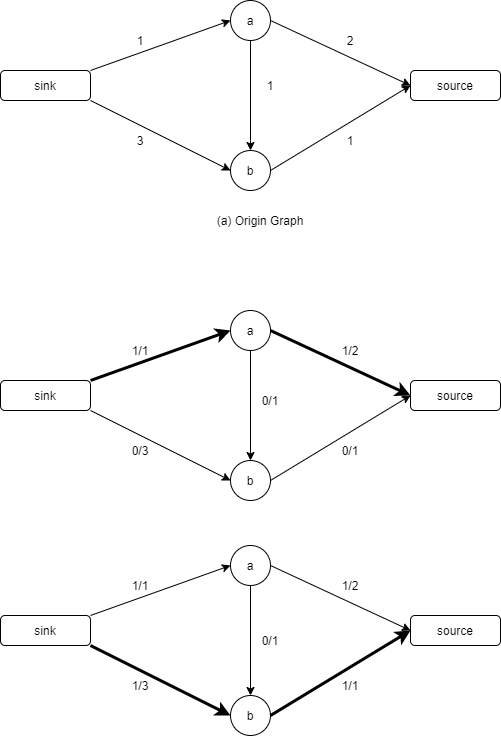
Before: assets/images/algorithm/ford-fulkerson.png, a diagram exported from draw.io (stalker5217/stalker5217.github.io). Source tidied: cells renumbered, new cells last; positions are measured from the earlier drawing's top-left corner, leaving out a move shared by most shapes.
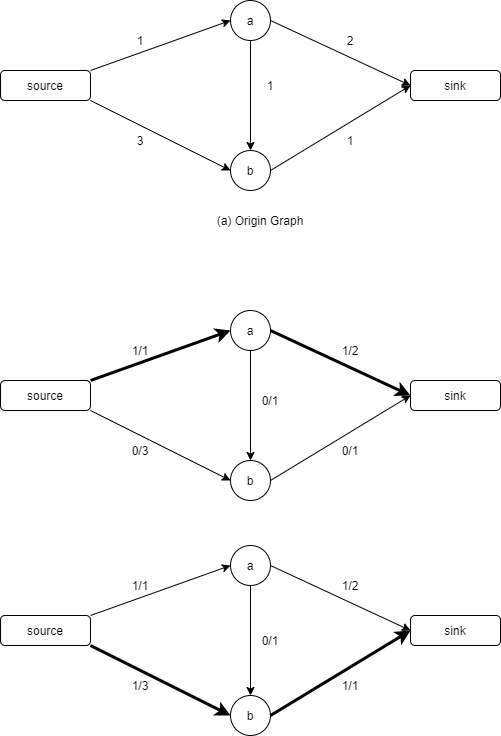
The same diagram one commit later.

The edit, as a diff of the source:
```diff
@@ -2,10 +2,10 @@
   <root>
     <mxCell id="0" />
     <mxCell id="1" parent="0" />
-    <mxCell id="2" value="sink" style="rounded=1;whiteSpace=wrap;html=1;" parent="1" vertex="1">
+    <mxCell id="2" value="source" style="rounded=1;whiteSpace=wrap;html=1;" parent="1" vertex="1">
       <mxGeometry y="70" width="90" height="30" as="geometry" />
     </mxCell>
-    <mxCell id="3" value="source" style="rounded=1;whiteSpace=wrap;html=1;" parent="1" vertex="1">
+    <mxCell id="3" value="sink" style="rounded=1;whiteSpace=wrap;html=1;" parent="1" vertex="1">
       <mxGeometry x="410" y="70" width="90" height="30" as="geometry" />
     </mxCell>
     <mxCell id="4" value="a" style="ellipse;whiteSpace=wrap;html=1;" parent="1" vertex="1">
@@ -41,10 +41,10 @@
     <mxCell id="14" value="2" style="text;html=1;strokeColor=none;fillColor=none;align=center;verticalAlign=middle;whiteSpace=wrap;rounded=0;" parent="1" vertex="1">
       <mxGeometry x="330" y="30" width="40" height="20" as="geometry" />
     </mxCell>
-    <mxCell id="15" value="sink" style="rounded=1;whiteSpace=wrap;html=1;" parent="1" vertex="1">
+    <mxCell id="15" value="source" style="rounded=1;whiteSpace=wrap;html=1;" parent="1" vertex="1">
       <mxGeometry y="380" width="90" height="30" as="geometry" />
     </mxCell>
-    <mxCell id="16" value="source" style="rounded=1;whiteSpace=wrap;html=1;" parent="1" vertex="1">
+    <mxCell id="16" value="sink" style="rounded=1;whiteSpace=wrap;html=1;" parent="1" vertex="1">
       <mxGeometry x="410" y="380" width="90" height="30" as="geometry" />
     </mxCell>
     <mxCell id="17" value="a" style="ellipse;whiteSpace=wrap;html=1;" parent="1" vertex="1">
@@ -80,10 +80,10 @@
     <mxCell id="27" value="1/2" style="text;html=1;strokeColor=none;fillColor=none;align=center;verticalAlign=middle;whiteSpace=wrap;rounded=0;" parent="1" vertex="1">
       <mxGeometry x="330" y="340" width="40" height="20" as="geometry" />
     </mxCell>
-    <mxCell id="28" value="sink" style="rounded=1;whiteSpace=wrap;html=1;" parent="1" vertex="1">
+    <mxCell id="28" value="source" style="rounded=1;whiteSpace=wrap;html=1;" parent="1" vertex="1">
       <mxGeometry y="615" width="90" height="30" as="geometry" />
     </mxCell>
-    <mxCell id="29" value="source" style="rounded=1;whiteSpace=wrap;html=1;" parent="1" vertex="1">
+    <mxCell id="29" value="sink" style="rounded=1;whiteSpace=wrap;html=1;" parent="1" vertex="1">
       <mxGeometry x="410" y="615" width="90" height="30" as="geometry" />
     </mxCell>
     <mxCell id="30" value="a" style="ellipse;whiteSpace=wrap;html=1;" parent="1" vertex="1">
```
